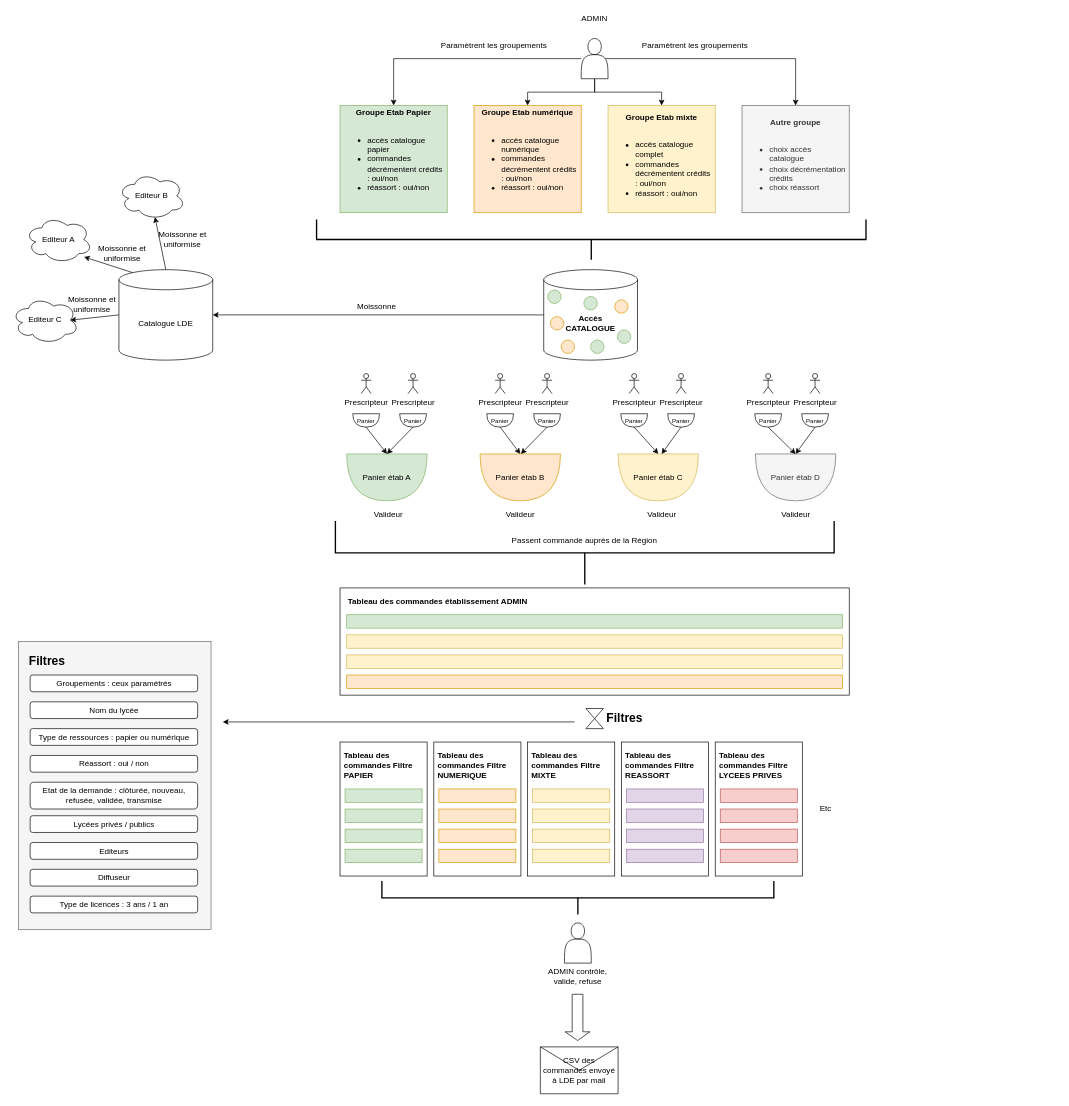
sarahlachise/projects keeps this draw.io diagram as Untitled Diagram.drawio. Above is the earlier version. Source tidied: cells renumbered, new cells numbered last; positions are measured from the earlier drawing's top-left corner, leaving out a move shared by most shapes. Both pictures are drawn from the tidied source at 67%, with x=0, y=0 at pixel (11, -36).
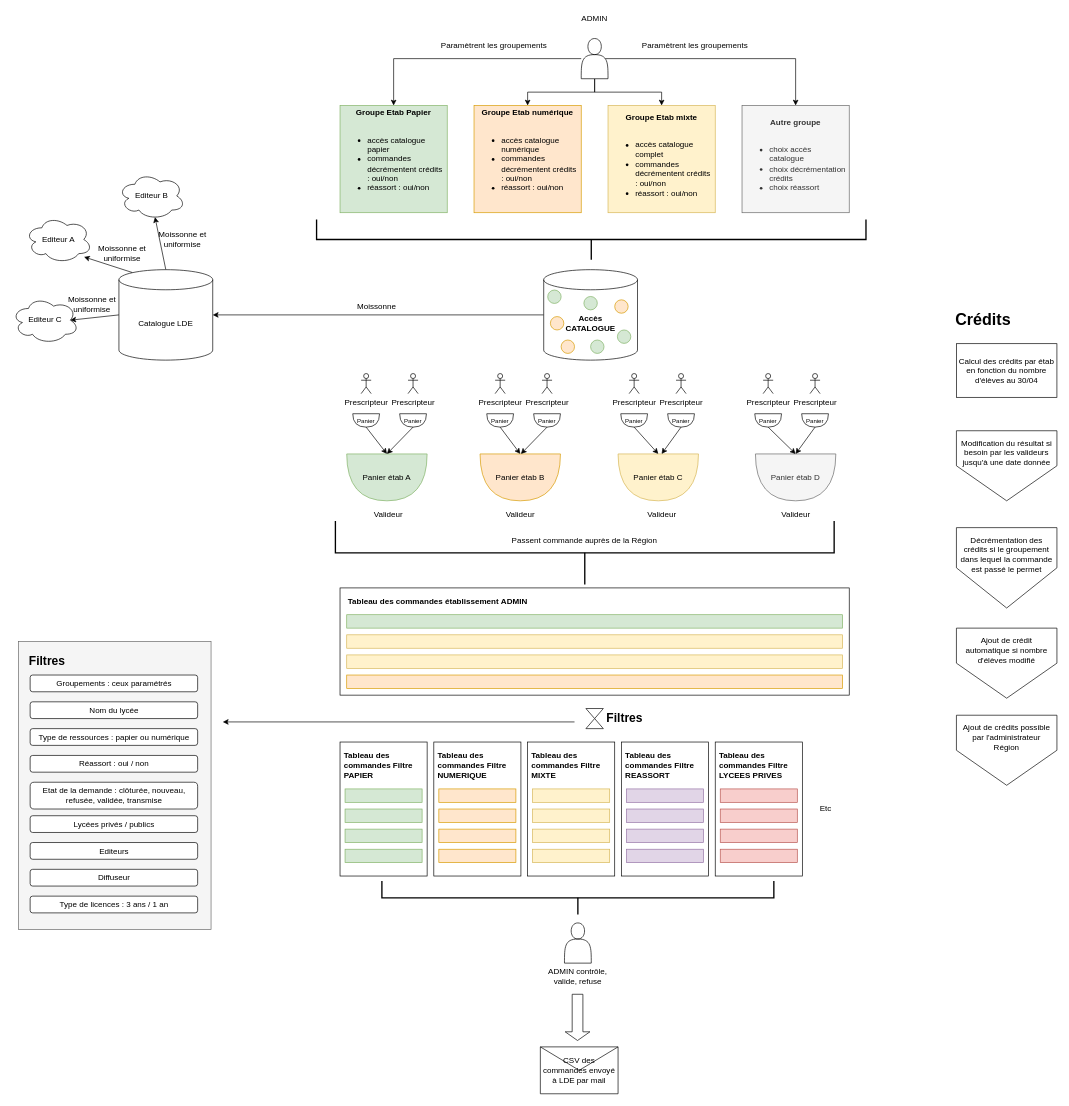
The same diagram, later.

Change to the diagram source:
```diff
@@
+    <mxCell id="169" value="Calcul des crédits par étab en fonction du nombre d'élèves au 30/04" style="rounded=0;whiteSpace=wrap;html=1;gradientColor=none;" parent="1" vertex="1">
+      <mxGeometry x="1410" y="565.5" width="150" height="80" as="geometry" />
+    </mxCell>
+    <mxCell id="170" value="&lt;font style=&quot;font-size: 24px&quot;&gt;&lt;b&gt;Crédits&lt;/b&gt;&lt;/font&gt;" style="text;html=1;strokeColor=none;fillColor=none;align=center;verticalAlign=middle;whiteSpace=wrap;rounded=0;" parent="1" vertex="1">
+      <mxGeometry x="1425" y="520" width="50" height="20" as="geometry" />
+    </mxCell>
+    <mxCell id="171" style="group;" parent="1" vertex="1">
+      <mxGeometry x="1410" y="695.4" width="150" height="104.6" as="geometry" />
+    </mxCell>
+    <mxCell id="172" style="verticalLabelPosition=bottom;verticalAlign=top;html=1;shape=offPageConnector;rounded=0;size=0.5;gradientColor=none;" parent="171" vertex="1">
+      <mxGeometry width="150" height="104.6" as="geometry" />
+    </mxCell>
+    <mxCell id="173" value="&lt;div align=&quot;center&quot;&gt;Modification du résultat si besoin par les valideurs jusqu'à une date donnée&lt;/div&gt;" style="text;whiteSpace=wrap;html=1;align=center;" parent="171" vertex="1">
+      <mxGeometry x="5" y="4.6" width="140" height="80" as="geometry" />
+    </mxCell>
+    <mxCell id="174" style="group;" parent="1" vertex="1">
+      <mxGeometry x="1410" y="840" width="150" height="120" as="geometry" />
+    </mxCell>
+    <mxCell id="175" style="verticalLabelPosition=bottom;verticalAlign=top;html=1;shape=offPageConnector;rounded=0;size=0.5;gradientColor=none;" parent="174" vertex="1">
+      <mxGeometry width="150" height="120" as="geometry" />
+    </mxCell>
+    <mxCell id="176" value="Décrémentation des crédits si le groupement dans lequel la commande est passé le permet" style="text;whiteSpace=wrap;html=1;align=center;" parent="174" vertex="1">
+      <mxGeometry x="5" y="5.3" width="140" height="91.8" as="geometry" />
+    </mxCell>
+    <mxCell id="177" style="group;" parent="1" vertex="1">
+      <mxGeometry x="1410" y="990" width="150" height="104.6" as="geometry" />
+    </mxCell>
+    <mxCell id="178" style="verticalLabelPosition=bottom;verticalAlign=top;html=1;shape=offPageConnector;rounded=0;size=0.5;gradientColor=none;" parent="177" vertex="1">
+      <mxGeometry width="150" height="104.6" as="geometry" />
+    </mxCell>
+    <mxCell id="179" value="&lt;div align=&quot;center&quot;&gt;Ajout de crédit automatique si nombre d'élèves modifié&lt;br&gt;&lt;/div&gt;" style="text;whiteSpace=wrap;html=1;align=center;" parent="177" vertex="1">
+      <mxGeometry x="5" y="4.6" width="140" height="80" as="geometry" />
+    </mxCell>
+    <mxCell id="180" style="group;" parent="1" vertex="1">
+      <mxGeometry x="1410" y="1120" width="150" height="104.6" as="geometry" />
+    </mxCell>
+    <mxCell id="181" style="verticalLabelPosition=bottom;verticalAlign=top;html=1;shape=offPageConnector;rounded=0;size=0.5;gradientColor=none;" parent="180" vertex="1">
+      <mxGeometry width="150" height="104.6" as="geometry" />
+    </mxCell>
+    <mxCell id="182" value="Ajout de crédits possible par l'administrateur Région" style="text;whiteSpace=wrap;html=1;align=center;" parent="180" vertex="1">
+      <mxGeometry x="5" y="4.6" width="140" height="80" as="geometry" />
+    </mxCell>
```
